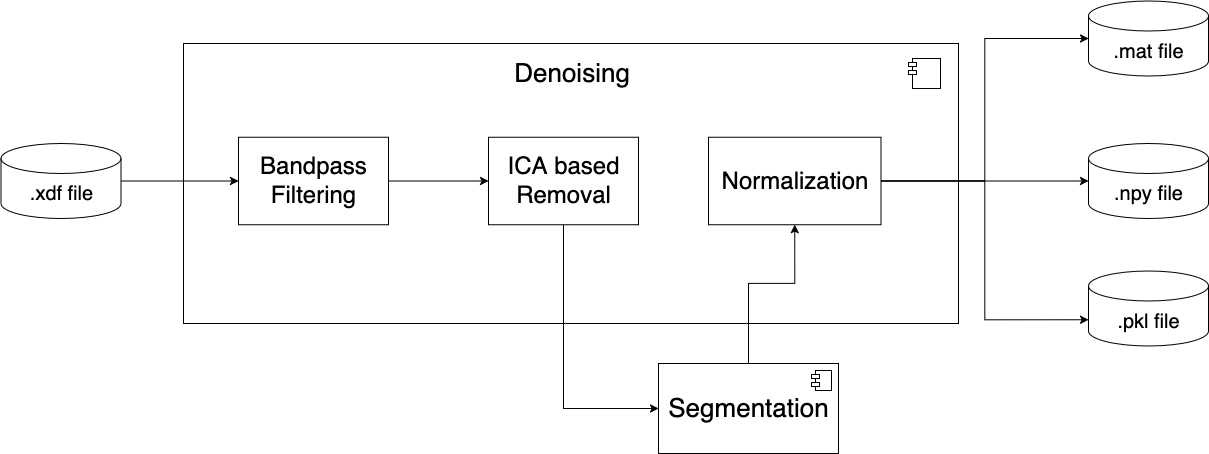
Lukas1305-red/bachelor-thesis-music-eeg-genre-classifier keeps this draw.io diagram as thesis/figures/chapter05/PreprocessingWorkflow.png. Above is the earlier version. Source tidied: cells renumbered, new cells last; positions are measured from the earlier drawing's top-left corner, leaving out a move shared by most shapes.
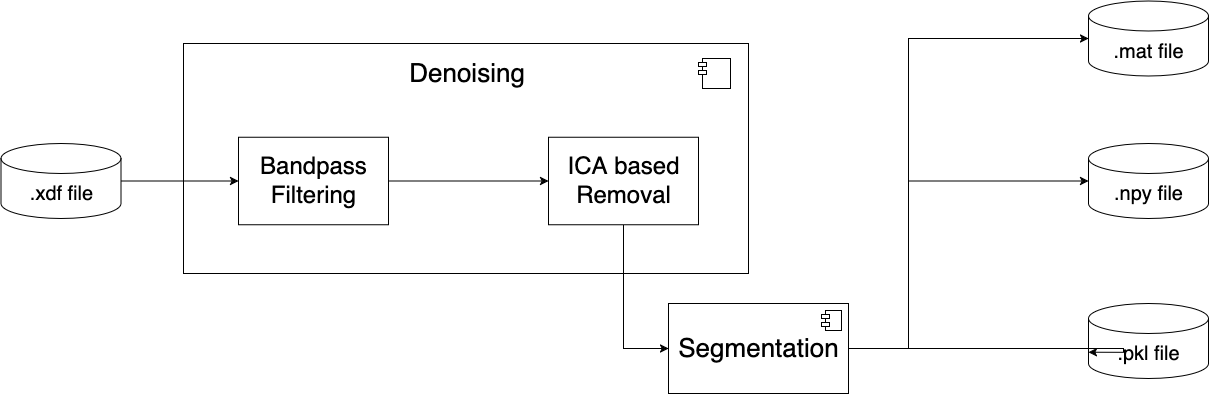
The same diagram one commit later.

Commit message:
Write headset data methodology and add some figures and tables.

Change to the diagram source:
```diff
@@ -3,7 +3,7 @@
     <mxCell id="0" />
     <mxCell id="1" parent="0" />
     <mxCell id="2" style="html=1;whiteSpace=wrap;labelPosition=center;verticalLabelPosition=top;align=center;verticalAlign=bottom;" parent="1" vertex="1">
-      <mxGeometry x="183" y="42" width="775" height="280" as="geometry" />
+      <mxGeometry x="183" y="42" width="565" height="230" as="geometry" />
     </mxCell>
     <mxCell id="3" style="shape=module;jettyWidth=8;jettyHeight=4;" parent="2" vertex="1">
       <mxGeometry x="1" width="32" height="30" relative="1" as="geometry">
@@ -17,7 +17,7 @@
       <mxGeometry x="0.5" y="142" width="120" height="75" as="geometry" />
     </mxCell>
     <mxCell id="6" value="&lt;font style=&quot;font-size: 26px;&quot;&gt;Denoising&lt;/font&gt;" style="text;html=1;align=center;verticalAlign=middle;strokeColor=none;fillColor=none;" parent="1" vertex="1">
-      <mxGeometry x="500.5" y="52" width="140" height="40" as="geometry" />
+      <mxGeometry x="395.5" y="52" width="140" height="40" as="geometry" />
     </mxCell>
     <mxCell id="7" style="edgeStyle=orthogonalEdgeStyle;rounded=0;jettySize=auto;html=1;" parent="1" edge="1" source="8" target="10">
       <mxGeometry relative="1" as="geometry" />
@@ -29,18 +29,10 @@
       <mxGeometry relative="1" as="geometry" />
     </mxCell>
     <mxCell id="10" value="&lt;font style=&quot;font-size: 24px;&quot;&gt;ICA based Removal&lt;/font&gt;" style="html=1;whiteSpace=wrap;" parent="1" vertex="1">
-      <mxGeometry x="488" y="135.8" width="150" height="87.5" as="geometry" />
+      <mxGeometry x="548" y="135.8" width="150" height="87.5" as="geometry" />
     </mxCell>
-    <mxCell id="11" style="edgeStyle=orthogonalEdgeStyle;rounded=0;jettySize=auto;html=1;entryX=0.5;entryY=1;entryDx=0;entryDy=0;" parent="1" edge="1" source="12" target="17">
-      <mxGeometry relative="1" as="geometry">
-        <Array as="points">
-          <mxPoint x="748" y="282" />
-          <mxPoint x="794" y="282" />
-        </Array>
-      </mxGeometry>
-    </mxCell>
     <mxCell id="12" value="&lt;font style=&quot;font-size: 26px;&quot;&gt;Segmentation&lt;/font&gt;" style="html=1;whiteSpace=wrap;" parent="1" vertex="1">
-      <mxGeometry x="658" y="362" width="180" height="90" as="geometry" />
+      <mxGeometry x="668" y="302" width="180" height="90" as="geometry" />
     </mxCell>
     <mxCell id="13" style="shape=module;jettyWidth=8;jettyHeight=4;" parent="12" vertex="1">
       <mxGeometry x="1" width="20" height="20" relative="1" as="geometry">
@@ -54,19 +46,30 @@
       <mxGeometry x="1088" y="142" width="120" height="75" as="geometry" />
     </mxCell>
     <mxCell id="16" value="&lt;font style=&quot;font-size: 20px;&quot;&gt;.&lt;font&gt;pkl file&lt;/font&gt;&lt;/font&gt;" style="shape=cylinder3;whiteSpace=wrap;html=1;boundedLbl=1;backgroundOutline=1;size=15;" parent="1" vertex="1">
-      <mxGeometry x="1088" y="269.5" width="120" height="75" as="geometry" />
+      <mxGeometry x="1088" y="302" width="120" height="75" as="geometry" />
     </mxCell>
-    <mxCell id="17" value="&lt;font style=&quot;font-size: 24px;&quot;&gt;Normalization&lt;/font&gt;" style="html=1;whiteSpace=wrap;" parent="1" vertex="1">
-      <mxGeometry x="708" y="135.8" width="172.5" height="87.5" as="geometry" />
-    </mxCell>
-    <mxCell id="18" style="edgeStyle=orthogonalEdgeStyle;rounded=0;jettySize=auto;html=1;exitX=1;exitY=0.5;exitDx=0;exitDy=0;entryX=0;entryY=0.5;entryDx=0;entryDy=0;entryPerimeter=0;" parent="1" edge="1" source="17" target="14">
-      <mxGeometry relative="1" as="geometry" />
+    <mxCell id="18" style="edgeStyle=orthogonalEdgeStyle;rounded=0;jettySize=auto;html=1;entryX=0;entryY=0.5;entryDx=0;entryDy=0;entryPerimeter=0;exitX=1;exitY=0.5;exitDx=0;exitDy=0;" parent="1" edge="1" source="12" target="14">
+      <mxGeometry relative="1" as="geometry">
+        <Array as="points">
+          <mxPoint x="908" y="347" />
+          <mxPoint x="908" y="37" />
+        </Array>
+      </mxGeometry>
     </mxCell>
-    <mxCell id="19" style="edgeStyle=orthogonalEdgeStyle;rounded=0;jettySize=auto;html=1;exitX=1;exitY=0.5;exitDx=0;exitDy=0;entryX=0;entryY=0.5;entryDx=0;entryDy=0;entryPerimeter=0;" parent="1" edge="1" source="17" target="15">
-      <mxGeometry relative="1" as="geometry" />
+    <mxCell id="19" style="edgeStyle=orthogonalEdgeStyle;rounded=0;jettySize=auto;html=1;entryX=0;entryY=0.5;entryDx=0;entryDy=0;entryPerimeter=0;exitX=1;exitY=0.5;exitDx=0;exitDy=0;" parent="1" edge="1" source="12" target="15">
+      <mxGeometry relative="1" as="geometry">
+        <Array as="points">
+          <mxPoint x="908" y="347" />
+          <mxPoint x="908" y="180" />
+        </Array>
+      </mxGeometry>
     </mxCell>
-    <mxCell id="20" style="edgeStyle=orthogonalEdgeStyle;rounded=0;jettySize=auto;html=1;exitX=1;exitY=0.5;exitDx=0;exitDy=0;entryX=0;entryY=0;entryDx=0;entryDy=48.75;entryPerimeter=0;" parent="1" edge="1" source="17" target="16">
-      <mxGeometry relative="1" as="geometry" />
+    <mxCell id="20" style="edgeStyle=orthogonalEdgeStyle;rounded=0;jettySize=auto;html=1;exitX=1;exitY=0.5;exitDx=0;exitDy=0;entryX=0;entryY=0;entryDx=0;entryDy=48.75;entryPerimeter=0;" parent="1" edge="1" source="12" target="16">
+      <mxGeometry relative="1" as="geometry">
+        <Array as="points">
+          <mxPoint x="1123" y="347" />
+        </Array>
+      </mxGeometry>
     </mxCell>
   </root>
 </mxGraphModel>
```
